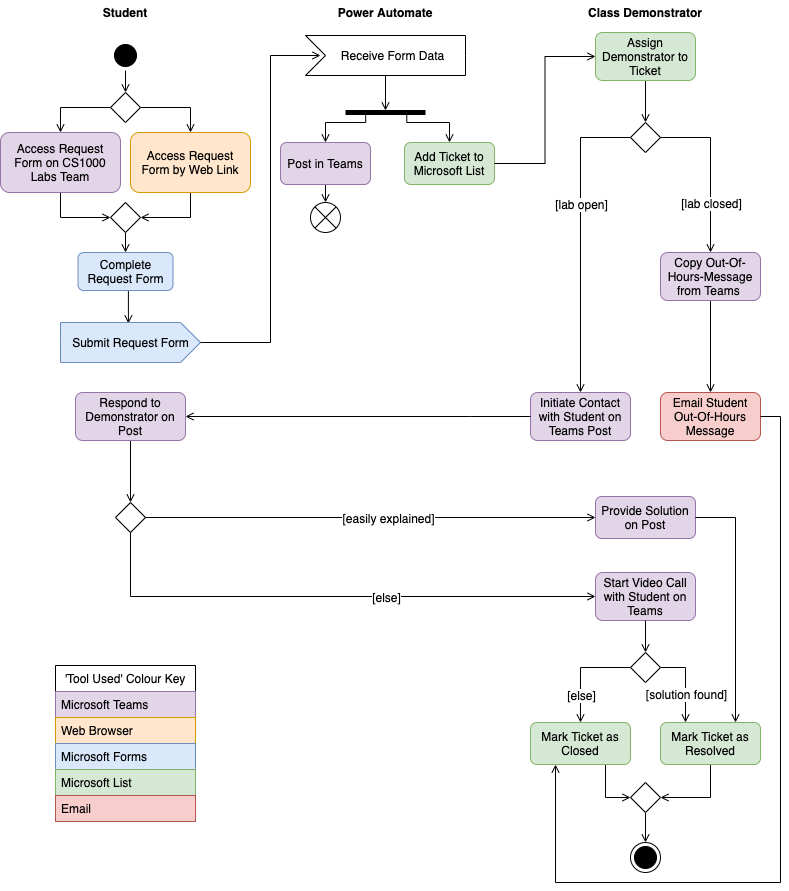
mrjackmclean/managingLabsWriteUp keeps this draw.io diagram as 2context/images/activityRevised.png. Above is the earlier version. Source tidied: cells renumbered, new cells last; positions are measured from the earlier drawing's top-left corner, leaving out a move shared by most shapes.
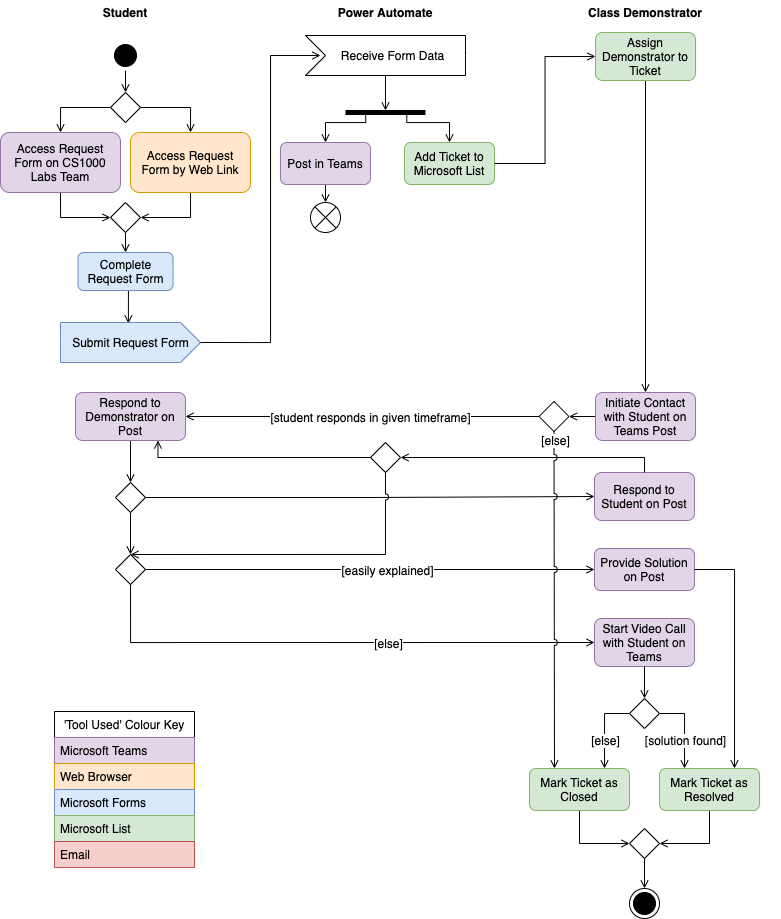
Above is the later version.

What changed in the source:
```diff
@@ -3,7 +3,7 @@
     <mxCell id="0" />
     <mxCell id="1" parent="0" />
     <mxCell id="2" value="Student" style="swimlane;whiteSpace=wrap;strokeColor=none;fontSize=12;" parent="1" vertex="1">
-      <mxGeometry width="250" height="642" as="geometry" />
+      <mxGeometry x="1" y="-46" width="250" height="642" as="geometry" />
     </mxCell>
     <mxCell id="3" style="edgeStyle=orthogonalEdgeStyle;rounded=0;jettySize=auto;html=1;exitX=0.5;exitY=1;exitDx=0;exitDy=0;entryX=0.5;entryY=0;entryDx=0;entryDy=0;endArrow=open;endFill=0;fontSize=12;" parent="2" edge="1" source="4" target="7">
       <mxGeometry relative="1" as="geometry" />
@@ -47,17 +47,23 @@
     <mxCell id="16" value="&lt;font style=&quot;font-size: 12px;&quot;&gt;Submit Request Form&lt;/font&gt;" style="html=1;shape=mxgraph.infographic.ribbonSimple;notch1=0;notch2=20;align=center;verticalAlign=middle;fontSize=12;fontStyle=0;fillColor=#dae8fc;strokeColor=#6c8ebf;" parent="2" vertex="1">
       <mxGeometry x="60" y="322" width="140" height="40" as="geometry" />
     </mxCell>
-    <mxCell id="17" style="edgeStyle=orthogonalEdgeStyle;rounded=0;jettySize=auto;html=1;exitX=0.5;exitY=1;exitDx=0;exitDy=0;entryX=0.5;entryY=0;entryDx=0;entryDy=0;fontSize=12;startArrow=none;startFill=0;endArrow=open;endFill=0;" parent="2" edge="1" source="18" target="19">
-      <mxGeometry relative="1" as="geometry" />
-    </mxCell>
+    <mxCell id="72" style="edgeStyle=orthogonalEdgeStyle;rounded=0;jettySize=auto;html=1;exitX=0.5;exitY=1;exitDx=0;exitDy=0;entryX=0.5;entryY=0;entryDx=0;entryDy=0;endArrow=open;endFill=0;" parent="2" edge="1" source="18" target="74">
+      <mxGeometry relative="1" as="geometry" />
+    </mxCell>
     <mxCell id="18" value="Respond to Demonstrator on Post" style="rounded=1;whiteSpace=wrap;html=1;strokeColor=#9673a6;fontSize=12;fillColor=#e1d5e7;" parent="2" vertex="1">
       <mxGeometry x="75" y="392" width="110" height="48" as="geometry" />
     </mxCell>
     <mxCell id="19" style="rhombus;fontSize=12;" parent="2" vertex="1">
-      <mxGeometry x="115" y="502" width="30" height="30" as="geometry" />
+      <mxGeometry x="115" y="554" width="30" height="30" as="geometry" />
     </mxCell>
+    <mxCell id="73" style="edgeStyle=orthogonalEdgeStyle;rounded=0;jettySize=auto;html=1;exitX=0.5;exitY=1;exitDx=0;exitDy=0;entryX=0.5;entryY=0;entryDx=0;entryDy=0;endArrow=open;endFill=0;" parent="2" edge="1" source="74" target="19">
+      <mxGeometry relative="1" as="geometry" />
+    </mxCell>
+    <mxCell id="74" style="rhombus;fontSize=12;" parent="2" vertex="1">
+      <mxGeometry x="115" y="482" width="30" height="30" as="geometry" />
+    </mxCell>
     <mxCell id="20" value="Power Automate" style="swimlane;whiteSpace=wrap;strokeColor=none;fontSize=12;" parent="1" vertex="1">
-      <mxGeometry x="260" width="250" height="632" as="geometry" />
+      <mxGeometry x="261" y="-46" width="250" height="632" as="geometry" />
     </mxCell>
     <mxCell id="21" value="Receive Form Data" style="html=1;shape=mxgraph.infographic.ribbonSimple;notch1=20;notch2=0;align=center;verticalAlign=middle;fontSize=12;fontStyle=0;fillColor=#FFFFFF;flipH=0;spacingRight=0;spacingLeft=14;" parent="20" vertex="1">
       <mxGeometry x="45" y="35" width="160" height="40" as="geometry" />
@@ -74,17 +80,20 @@
     <mxCell id="25" style="shape=sumEllipse;perimeter=ellipsePerimeter;whiteSpace=wrap;html=1;backgroundOutline=1;fontSize=12;" parent="20" vertex="1">
       <mxGeometry x="50" y="202" width="30" height="30" as="geometry" />
     </mxCell>
+    <mxCell id="75" style="rhombus;fontSize=12;" parent="20" vertex="1">
+      <mxGeometry x="110" y="442" width="30" height="30" as="geometry" />
+    </mxCell>
     <mxCell id="26" style="edgeStyle=orthogonalEdgeStyle;rounded=0;jettySize=auto;html=1;exitX=1;exitY=0.5;exitDx=0;exitDy=0;exitPerimeter=0;endArrow=open;endFill=0;fontSize=12;" parent="1" edge="1" source="16">
       <mxGeometry relative="1" as="geometry">
-        <mxPoint x="320" y="55" as="targetPoint" />
+        <mxPoint x="321" y="9" as="targetPoint" />
         <Array as="points">
-          <mxPoint x="270" y="342" />
-          <mxPoint x="270" y="55" />
+          <mxPoint x="271" y="296" />
+          <mxPoint x="271" y="9" />
         </Array>
       </mxGeometry>
     </mxCell>
     <mxCell id="27" style="html=1;points=[];perimeter=orthogonalPerimeter;fillColor=#000000;strokeColor=none;rotation=90;fontSize=12;" parent="1" vertex="1">
-      <mxGeometry x="382.5" y="72" width="5" height="80" as="geometry" />
+      <mxGeometry x="383.5" y="26" width="5" height="80" as="geometry" />
     </mxCell>
     <mxCell id="28" style="edgeStyle=orthogonalEdgeStyle;rounded=0;jettySize=auto;html=1;exitX=0;exitY=0;exitDx=80;exitDy=40;exitPerimeter=0;entryX=0.1;entryY=0.5;entryDx=0;entryDy=0;entryPerimeter=0;endArrow=open;endFill=0;fontSize=12;" parent="1" edge="1" source="21" target="27">
       <mxGeometry relative="1" as="geometry" />
@@ -96,71 +105,42 @@
       <mxGeometry relative="1" as="geometry" />
     </mxCell>
     <mxCell id="31" value="Class Demonstrator" style="swimlane;whiteSpace=wrap;strokeColor=none;fontSize=12;" parent="1" vertex="1">
-      <mxGeometry x="510" width="270" height="632" as="geometry" />
+      <mxGeometry x="511" y="-46" width="270" height="632" as="geometry" />
     </mxCell>
-    <mxCell id="32" style="edgeStyle=orthogonalEdgeStyle;rounded=0;jettySize=auto;html=1;exitX=1;exitY=0.5;exitDx=0;exitDy=0;entryX=0.5;entryY=0;entryDx=0;entryDy=0;startArrow=none;startFill=0;endArrow=open;endFill=0;fontSize=12;" parent="31" edge="1" source="36" target="38">
-      <mxGeometry x="-0.39" y="18" relative="1" as="geometry">
-        <mxPoint x="-8" y="-16" as="offset" />
-      </mxGeometry>
-    </mxCell>
-    <mxCell id="33" value="[lab closed]" style="edgeLabel;html=1;align=center;verticalAlign=middle;fontSize=12;" parent="32" vertex="1">
-      <mxGeometry x="0.43" relative="1" as="geometry">
-        <mxPoint y="-3" as="offset" />
-      </mxGeometry>
-    </mxCell>
-    <mxCell id="34" style="edgeStyle=orthogonalEdgeStyle;rounded=0;jettySize=auto;html=1;exitX=0;exitY=0.5;exitDx=0;exitDy=0;entryX=0.5;entryY=0;entryDx=0;entryDy=0;startArrow=none;startFill=0;endArrow=open;endFill=0;fontSize=12;" parent="31" edge="1" source="36" target="41">
-      <mxGeometry x="-0.67" y="-15" relative="1" as="geometry">
-        <mxPoint x="15" y="-14" as="offset" />
-      </mxGeometry>
-    </mxCell>
-    <mxCell id="35" value="[lab open]" style="edgeLabel;html=1;align=center;verticalAlign=middle;fontSize=12;" parent="34" vertex="1">
-      <mxGeometry x="-0.24" relative="1" as="geometry" />
-    </mxCell>
-    <mxCell id="36" style="rhombus;fontSize=12;" parent="31" vertex="1">
-      <mxGeometry x="120" y="122" width="30" height="30" as="geometry" />
-    </mxCell>
-    <mxCell id="37" style="edgeStyle=orthogonalEdgeStyle;rounded=0;jettySize=auto;html=1;exitX=0.5;exitY=1;exitDx=0;exitDy=0;entryX=0.5;entryY=0;entryDx=0;entryDy=0;startArrow=none;startFill=0;endArrow=open;endFill=0;fontSize=12;" parent="31" edge="1" source="38" target="42">
-      <mxGeometry relative="1" as="geometry" />
-    </mxCell>
-    <mxCell id="38" value="Copy Out-Of-Hours-Message from Teams&amp;nbsp;" style="rounded=1;whiteSpace=wrap;html=1;strokeColor=#9673a6;fontSize=12;fillColor=#e1d5e7;" parent="31" vertex="1">
-      <mxGeometry x="150" y="252" width="100" height="48" as="geometry" />
-    </mxCell>
-    <mxCell id="39" style="edgeStyle=orthogonalEdgeStyle;rounded=0;jettySize=auto;html=1;exitX=0.5;exitY=1;exitDx=0;exitDy=0;entryX=0.5;entryY=0;entryDx=0;entryDy=0;startArrow=none;startFill=0;endArrow=open;endFill=0;fontSize=12;" parent="31" edge="1" source="40" target="36">
-      <mxGeometry relative="1" as="geometry" />
-    </mxCell>
+    <mxCell id="76" style="edgeStyle=orthogonalEdgeStyle;rounded=0;jettySize=auto;html=1;exitX=0.5;exitY=1;exitDx=0;exitDy=0;entryX=0.5;entryY=0;entryDx=0;entryDy=0;endArrow=open;endFill=0;" parent="31" edge="1" source="40" target="41">
+      <mxGeometry relative="1" as="geometry" />
+    </mxCell>
     <mxCell id="40" value="Assign Demonstrator to Ticket" style="rounded=1;whiteSpace=wrap;html=1;strokeColor=#82b366;fontSize=12;fillColor=#d5e8d4;" parent="31" vertex="1">
       <mxGeometry x="85" y="32" width="100" height="48" as="geometry" />
     </mxCell>
+    <mxCell id="77" style="edgeStyle=orthogonalEdgeStyle;rounded=0;jumpStyle=arc;jettySize=auto;html=1;exitX=0;exitY=0.5;exitDx=0;exitDy=0;entryX=1;entryY=0.5;entryDx=0;entryDy=0;endArrow=open;endFill=0;" parent="31" edge="1" source="41" target="79">
+      <mxGeometry relative="1" as="geometry" />
+    </mxCell>
     <mxCell id="41" value="Initiate Contact with Student on Teams Post" style="rounded=1;whiteSpace=wrap;html=1;strokeColor=#9673a6;fontSize=12;fillColor=#e1d5e7;" parent="31" vertex="1">
-      <mxGeometry x="20" y="392" width="100" height="48" as="geometry" />
+      <mxGeometry x="85" y="392" width="100" height="48" as="geometry" />
     </mxCell>
-    <mxCell id="42" value="Email Student Out-Of-Hours Message" style="rounded=1;whiteSpace=wrap;html=1;strokeColor=#b85450;fontSize=12;fillColor=#f8cecc;" parent="31" vertex="1">
-      <mxGeometry x="150" y="392" width="100" height="48" as="geometry" />
-    </mxCell>
     <mxCell id="43" value="Provide Solution on Post" style="rounded=1;whiteSpace=wrap;html=1;strokeColor=#9673a6;fontSize=12;fillColor=#e1d5e7;" parent="31" vertex="1">
-      <mxGeometry x="85" y="496" width="100" height="42" as="geometry" />
+      <mxGeometry x="84" y="548" width="100" height="42" as="geometry" />
     </mxCell>
     <mxCell id="44" value="Start Video Call with Student on Teams" style="rounded=1;whiteSpace=wrap;html=1;strokeColor=#9673a6;fontSize=12;fillColor=#e1d5e7;" parent="31" vertex="1">
-      <mxGeometry x="85" y="572" width="100" height="48" as="geometry" />
+      <mxGeometry x="84" y="618" width="100" height="48" as="geometry" />
     </mxCell>
+    <mxCell id="78" value="Respond to Student on Post" style="rounded=1;whiteSpace=wrap;html=1;strokeColor=#9673a6;fontSize=12;fillColor=#e1d5e7;" parent="31" vertex="1">
+      <mxGeometry x="84" y="472" width="100" height="48" as="geometry" />
+    </mxCell>
+    <mxCell id="79" style="rhombus;fontSize=12;" parent="31" vertex="1">
+      <mxGeometry x="28.5" y="401" width="30" height="30" as="geometry" />
+    </mxCell>
     <mxCell id="45" style="edgeStyle=orthogonalEdgeStyle;rounded=0;jettySize=auto;html=1;exitX=1;exitY=0.5;exitDx=0;exitDy=0;entryX=0;entryY=0.5;entryDx=0;entryDy=0;startArrow=none;startFill=0;endArrow=open;endFill=0;fontSize=12;" parent="1" edge="1" source="24" target="40">
       <mxGeometry relative="1" as="geometry" />
     </mxCell>
-    <mxCell id="46" style="edgeStyle=orthogonalEdgeStyle;rounded=0;jettySize=auto;html=1;exitX=0;exitY=0.5;exitDx=0;exitDy=0;entryX=1;entryY=0.5;entryDx=0;entryDy=0;startArrow=none;startFill=0;endArrow=open;endFill=0;fontSize=12;" parent="1" edge="1" source="41" target="18">
-      <mxGeometry relative="1" as="geometry">
-        <Array as="points">
-          <mxPoint x="470" y="416" />
-          <mxPoint x="470" y="416" />
-        </Array>
-      </mxGeometry>
-    </mxCell>
     <mxCell id="47" style="edgeStyle=orthogonalEdgeStyle;rounded=0;jettySize=auto;html=1;exitX=0.5;exitY=1;exitDx=0;exitDy=0;entryX=1;entryY=0.5;entryDx=0;entryDy=0;fontSize=12;startArrow=none;startFill=0;endArrow=open;endFill=0;" parent="1" edge="1" source="48" target="64">
       <mxGeometry relative="1" as="geometry" />
     </mxCell>
     <mxCell id="48" value="Mark Ticket as Resolved" style="rounded=1;whiteSpace=wrap;html=1;strokeColor=#82b366;fontSize=12;fillColor=#d5e8d4;" parent="1" vertex="1">
       <mxGeometry x="660" y="722" width="100" height="42" as="geometry" />
     </mxCell>
-    <mxCell id="49" style="edgeStyle=orthogonalEdgeStyle;rounded=0;jettySize=auto;html=1;exitX=0.75;exitY=1;exitDx=0;exitDy=0;entryX=0;entryY=0.5;entryDx=0;entryDy=0;fontSize=12;startArrow=none;startFill=0;endArrow=open;endFill=0;" parent="1" edge="1" source="50" target="64">
+    <mxCell id="49" style="edgeStyle=orthogonalEdgeStyle;rounded=0;jettySize=auto;html=1;exitX=0.5;exitY=1;exitDx=0;exitDy=0;entryX=0;entryY=0.5;entryDx=0;entryDy=0;fontSize=12;startArrow=none;startFill=0;endArrow=open;endFill=0;" parent="1" edge="1" source="50" target="64">
       <mxGeometry relative="1" as="geometry" />
     </mxCell>
     <mxCell id="50" value="Mark Ticket as Closed" style="rounded=1;whiteSpace=wrap;html=1;strokeColor=#82b366;fontSize=12;fillColor=#d5e8d4;" parent="1" vertex="1">
@@ -182,11 +162,13 @@
         <mxPoint x="10" as="offset" />
       </mxGeometry>
     </mxCell>
-    <mxCell id="55" style="edgeStyle=orthogonalEdgeStyle;rounded=0;jettySize=auto;html=1;exitX=0;exitY=0.5;exitDx=0;exitDy=0;entryX=0.5;entryY=0;entryDx=0;entryDy=0;fontSize=12;startArrow=none;startFill=0;endArrow=open;endFill=0;" parent="1" edge="1" source="59" target="50">
+    <mxCell id="55" style="edgeStyle=orthogonalEdgeStyle;rounded=0;jettySize=auto;html=1;exitX=0;exitY=0.5;exitDx=0;exitDy=0;entryX=0.75;entryY=0;entryDx=0;entryDy=0;fontSize=12;startArrow=none;startFill=0;endArrow=open;endFill=0;" parent="1" edge="1" source="59" target="50">
       <mxGeometry relative="1" as="geometry" />
     </mxCell>
     <mxCell id="56" value="[else]" style="edgeLabel;html=1;align=center;verticalAlign=middle;fontSize=12;" parent="55" vertex="1">
-      <mxGeometry x="0.47" relative="1" as="geometry" />
+      <mxGeometry x="0.47" relative="1" as="geometry">
+        <mxPoint y="-7" as="offset" />
+      </mxGeometry>
     </mxCell>
     <mxCell id="57" style="edgeStyle=orthogonalEdgeStyle;rounded=0;jettySize=auto;html=1;exitX=1;exitY=0.5;exitDx=0;exitDy=0;entryX=0.25;entryY=0;entryDx=0;entryDy=0;fontSize=12;startArrow=none;startFill=0;endArrow=open;endFill=0;" parent="1" edge="1" source="59" target="48">
       <mxGeometry relative="1" as="geometry" />
@@ -205,15 +187,6 @@
     <mxCell id="61" style="edgeStyle=orthogonalEdgeStyle;rounded=0;jettySize=auto;html=1;exitX=1;exitY=0.5;exitDx=0;exitDy=0;entryX=0.75;entryY=0;entryDx=0;entryDy=0;fontSize=12;startArrow=none;startFill=0;endArrow=open;endFill=0;" parent="1" edge="1" source="43" target="48">
       <mxGeometry relative="1" as="geometry" />
     </mxCell>
-    <mxCell id="62" style="edgeStyle=orthogonalEdgeStyle;rounded=0;jettySize=auto;html=1;exitX=1;exitY=0.5;exitDx=0;exitDy=0;entryX=0.25;entryY=1;entryDx=0;entryDy=0;fontSize=12;startArrow=none;startFill=0;endArrow=open;endFill=0;" parent="1" edge="1" source="42" target="50">
-      <mxGeometry relative="1" as="geometry">
-        <Array as="points">
-          <mxPoint x="780" y="416" />
-          <mxPoint x="780" y="882" />
-          <mxPoint x="555" y="882" />
-        </Array>
-      </mxGeometry>
-    </mxCell>
     <mxCell id="63" style="edgeStyle=orthogonalEdgeStyle;rounded=0;jettySize=auto;html=1;exitX=0.5;exitY=1;exitDx=0;exitDy=0;entryX=0.5;entryY=0;entryDx=0;entryDy=0;fontSize=12;startArrow=none;startFill=0;endArrow=open;endFill=0;" parent="1" edge="1" source="64" target="65">
       <mxGeometry relative="1" as="geometry" />
     </mxCell>
@@ -241,5 +214,43 @@
     <mxCell id="71" value="Email" style="text;strokeColor=#b85450;fillColor=#f8cecc;align=left;verticalAlign=top;spacingLeft=4;spacingRight=4;overflow=hidden;" parent="66" vertex="1">
       <mxGeometry y="130" width="140" height="26" as="geometry" />
     </mxCell>
+    <mxCell id="80" style="edgeStyle=orthogonalEdgeStyle;rounded=0;jettySize=auto;html=1;exitX=1;exitY=0.5;exitDx=0;exitDy=0;entryX=0;entryY=0.5;entryDx=0;entryDy=0;endArrow=open;endFill=0;" parent="1" edge="1" source="74" target="78">
+      <mxGeometry relative="1" as="geometry" />
+    </mxCell>
+    <mxCell id="81" style="edgeStyle=orthogonalEdgeStyle;rounded=0;jettySize=auto;html=1;exitX=0.5;exitY=0;exitDx=0;exitDy=0;entryX=1;entryY=0.5;entryDx=0;entryDy=0;endArrow=open;endFill=0;" parent="1" edge="1" source="78" target="75">
+      <mxGeometry relative="1" as="geometry">
+        <Array as="points">
+          <mxPoint x="645" y="411" />
+        </Array>
+      </mxGeometry>
+    </mxCell>
+    <mxCell id="82" style="rounded=0;jettySize=auto;html=1;exitX=0.5;exitY=1;exitDx=0;exitDy=0;entryX=0.5;entryY=0;entryDx=0;entryDy=0;endArrow=open;endFill=0;jumpStyle=arc;edgeStyle=orthogonalEdgeStyle;" parent="1" edge="1" source="75" target="19">
+      <mxGeometry relative="1" as="geometry">
+        <Array as="points">
+          <mxPoint x="386" y="508" />
+        </Array>
+      </mxGeometry>
+    </mxCell>
+    <mxCell id="83" style="edgeStyle=orthogonalEdgeStyle;rounded=0;jumpStyle=arc;jettySize=auto;html=1;exitX=0;exitY=0.5;exitDx=0;exitDy=0;entryX=0.75;entryY=1;entryDx=0;entryDy=0;endArrow=open;endFill=0;" parent="1" edge="1" source="75" target="18">
+      <mxGeometry relative="1" as="geometry">
+        <Array as="points">
+          <mxPoint x="159" y="411" />
+        </Array>
+      </mxGeometry>
+    </mxCell>
+    <mxCell id="84" style="edgeStyle=orthogonalEdgeStyle;rounded=0;jumpStyle=arc;jettySize=auto;html=1;exitX=0.5;exitY=1;exitDx=0;exitDy=0;entryX=0.25;entryY=0;entryDx=0;entryDy=0;endArrow=open;endFill=0;" parent="1" edge="1" source="79" target="50">
+      <mxGeometry relative="1" as="geometry" />
+    </mxCell>
+    <mxCell id="85" value="&lt;font style=&quot;font-size: 12px&quot;&gt;[else]&lt;/font&gt;" style="edgeLabel;html=1;align=center;verticalAlign=middle;" parent="84" vertex="1">
+      <mxGeometry x="-0.95" y="1" relative="1" as="geometry" />
+    </mxCell>
+    <mxCell id="86" style="edgeStyle=orthogonalEdgeStyle;rounded=0;jumpStyle=arc;jettySize=auto;html=1;exitX=0;exitY=0.5;exitDx=0;exitDy=0;entryX=1;entryY=0.5;entryDx=0;entryDy=0;endArrow=open;endFill=0;" parent="1" edge="1" source="79" target="18">
+      <mxGeometry relative="1" as="geometry" />
+    </mxCell>
+    <mxCell id="87" value="&lt;span style=&quot;font-size: 12px&quot;&gt;[student responds in given timeframe]&lt;/span&gt;" style="edgeLabel;html=1;align=center;verticalAlign=middle;" parent="86" vertex="1">
+      <mxGeometry x="-0.56" y="-2" relative="1" as="geometry">
+        <mxPoint x="-91" y="2" as="offset" />
+      </mxGeometry>
+    </mxCell>
   </root>
 </mxGraphModel>
```
